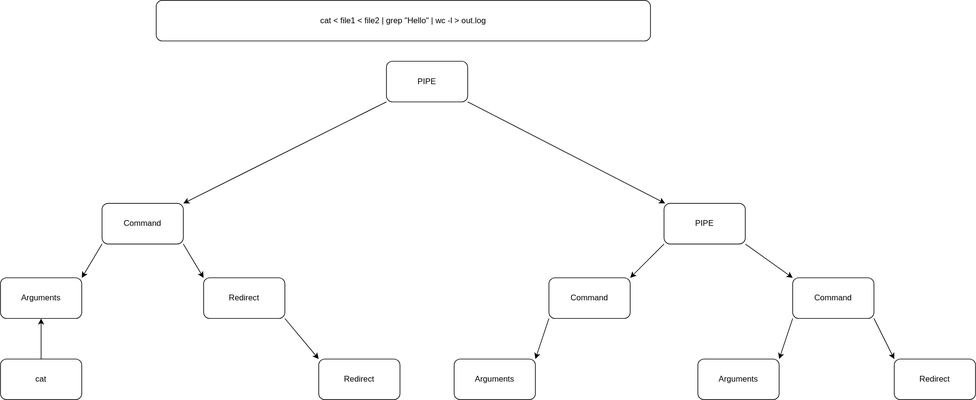
Above: AST.drawio.svg in leonfabi/minishell (draw.io), before the change. Source tidied: cells renumbered, new cells last; positions are measured from the earlier drawing's top-left corner, leaving out a move shared by most shapes.
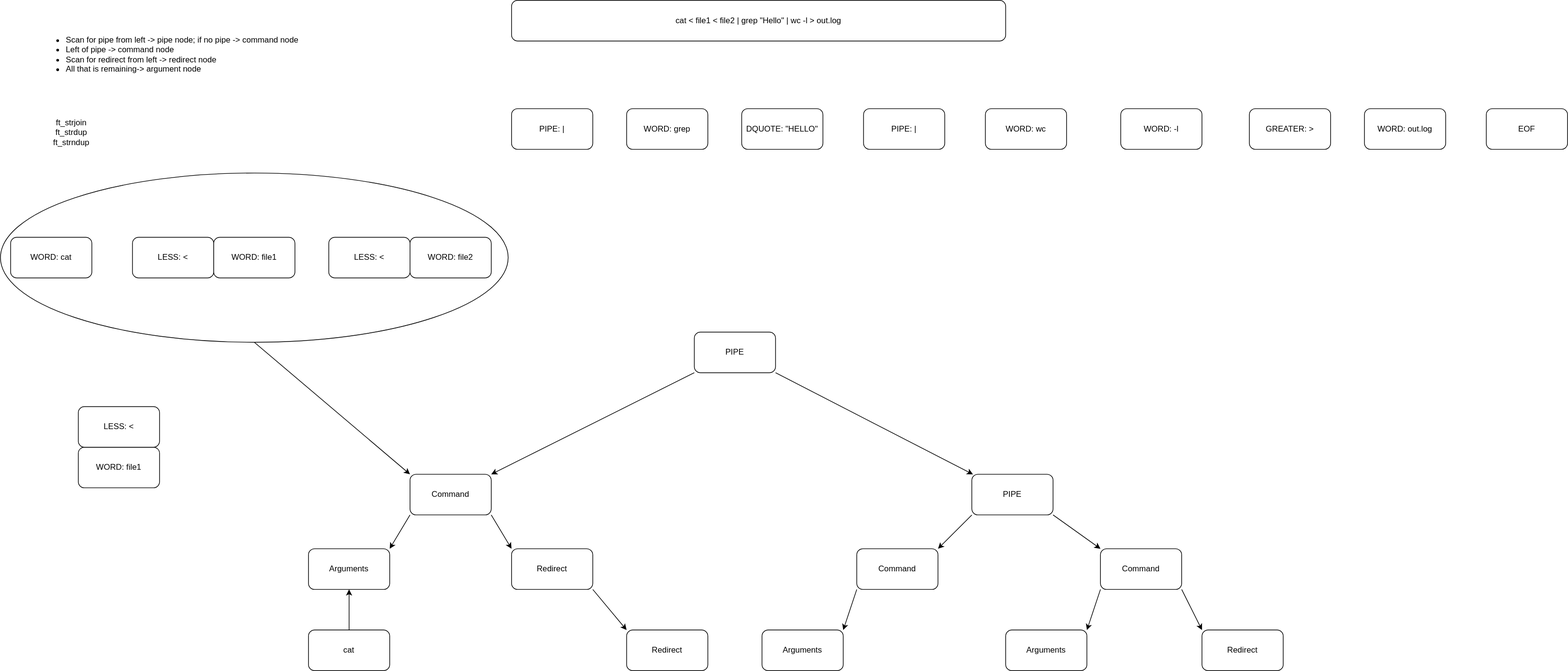
The same file after the commit.

The edit, as a diff of the source:
```diff
@@ -2,6 +2,12 @@
   <root>
     <mxCell id="0" />
     <mxCell id="1" parent="0" />
+    <mxCell id="26" style="edgeStyle=none;html=1;exitX=0.5;exitY=1;exitDx=0;exitDy=0;entryX=0;entryY=0;entryDx=0;entryDy=0;" parent="1" edge="1" source="27" target="11">
+      <mxGeometry relative="1" as="geometry" />
+    </mxCell>
+    <mxCell id="27" style="ellipse;whiteSpace=wrap;html=1;" parent="1" vertex="1">
+      <mxGeometry x="-455" y="-145" width="750" height="250" as="geometry" />
+    </mxCell>
     <mxCell id="2" style="edgeStyle=none;html=1;exitX=0;exitY=1;exitDx=0;exitDy=0;entryX=1;entryY=0;entryDx=0;entryDy=0;" parent="1" edge="1" source="4" target="11">
       <mxGeometry relative="1" as="geometry" />
     </mxCell>
@@ -21,7 +27,7 @@
       <mxGeometry x="980" y="300" width="120" height="60" as="geometry" />
     </mxCell>
     <mxCell id="8" value="cat &amp;lt; file1 &amp;lt; file2 | grep &quot;Hello&quot; | wc -l &amp;gt; out.log" style="rounded=1;whiteSpace=wrap;html=1;" parent="1" vertex="1">
-      <mxGeometry x="230" width="730" height="60" as="geometry" />
+      <mxGeometry x="300" y="-400" width="730" height="60" as="geometry" />
     </mxCell>
     <mxCell id="9" style="edgeStyle=none;html=1;exitX=1;exitY=1;exitDx=0;exitDy=0;entryX=0;entryY=0;entryDx=0;entryDy=0;" parent="1" edge="1" source="11" target="13">
       <mxGeometry relative="1" as="geometry" />
@@ -74,5 +80,59 @@
     <mxCell id="25" value="cat" style="rounded=1;whiteSpace=wrap;html=1;" parent="1" vertex="1">
       <mxGeometry y="530" width="120" height="60" as="geometry" />
     </mxCell>
+    <mxCell id="28" value="LESS: &amp;lt;" style="rounded=1;whiteSpace=wrap;html=1;" parent="1" vertex="1">
+      <mxGeometry x="-260" y="-50" width="120" height="60" as="geometry" />
+    </mxCell>
+    <mxCell id="29" value="WORD: file1" style="rounded=1;whiteSpace=wrap;html=1;" parent="1" vertex="1">
+      <mxGeometry x="-340" y="260" width="120" height="60" as="geometry" />
+    </mxCell>
+    <mxCell id="30" value="WORD: out.log" style="rounded=1;whiteSpace=wrap;html=1;" parent="1" vertex="1">
+      <mxGeometry x="1560" y="-240" width="120" height="60" as="geometry" />
+    </mxCell>
+    <mxCell id="31" value="WORD: grep" style="rounded=1;whiteSpace=wrap;html=1;" parent="1" vertex="1">
+      <mxGeometry x="470" y="-240" width="120" height="60" as="geometry" />
+    </mxCell>
+    <mxCell id="32" value="LESS: &amp;lt;" style="rounded=1;whiteSpace=wrap;html=1;" parent="1" vertex="1">
+      <mxGeometry x="30" y="-50" width="120" height="60" as="geometry" />
+    </mxCell>
+    <mxCell id="33" value="WORD: cat" style="rounded=1;whiteSpace=wrap;html=1;" parent="1" vertex="1">
+      <mxGeometry x="-440" y="-50" width="120" height="60" as="geometry" />
+    </mxCell>
+    <mxCell id="34" value="GREATER: &amp;gt;" style="rounded=1;whiteSpace=wrap;html=1;" parent="1" vertex="1">
+      <mxGeometry x="1390" y="-240" width="120" height="60" as="geometry" />
+    </mxCell>
+    <mxCell id="35" value="WORD: -l" style="rounded=1;whiteSpace=wrap;html=1;" parent="1" vertex="1">
+      <mxGeometry x="1200" y="-240" width="120" height="60" as="geometry" />
+    </mxCell>
+    <mxCell id="36" value="WORD: wc" style="rounded=1;whiteSpace=wrap;html=1;" parent="1" vertex="1">
+      <mxGeometry x="1000" y="-240" width="120" height="60" as="geometry" />
+    </mxCell>
+    <mxCell id="37" value="PIPE: |" style="rounded=1;whiteSpace=wrap;html=1;" parent="1" vertex="1">
+      <mxGeometry x="820" y="-240" width="120" height="60" as="geometry" />
+    </mxCell>
+    <mxCell id="38" value="DQUOTE: &quot;HELLO&quot;" style="rounded=1;whiteSpace=wrap;html=1;" parent="1" vertex="1">
+      <mxGeometry x="640" y="-240" width="120" height="60" as="geometry" />
+    </mxCell>
+    <mxCell id="39" value="PIPE: |" style="rounded=1;whiteSpace=wrap;html=1;" parent="1" vertex="1">
+      <mxGeometry x="300" y="-240" width="120" height="60" as="geometry" />
+    </mxCell>
+    <mxCell id="40" value="WORD: file2" style="rounded=1;whiteSpace=wrap;html=1;" parent="1" vertex="1">
+      <mxGeometry x="150" y="-50" width="120" height="60" as="geometry" />
+    </mxCell>
+    <mxCell id="41" value="EOF" style="rounded=1;whiteSpace=wrap;html=1;" parent="1" vertex="1">
+      <mxGeometry x="1740" y="-240" width="120" height="60" as="geometry" />
+    </mxCell>
+    <mxCell id="42" value="&lt;ul&gt;&lt;li&gt;Scan for pipe from left -&amp;gt; pipe node; if no pipe -&amp;gt; command node&lt;/li&gt;&lt;li&gt;Left of pipe -&amp;gt; command node&lt;/li&gt;&lt;li&gt;Scan for redirect from left -&amp;gt; redirect node&lt;/li&gt;&lt;li&gt;All that is remaining-&amp;gt; argument node&lt;/li&gt;&lt;/ul&gt;" style="text;html=1;strokeColor=none;fillColor=none;align=left;verticalAlign=middle;whiteSpace=wrap;rounded=0;" parent="1" vertex="1">
+      <mxGeometry x="-400" y="-390" width="435" height="140" as="geometry" />
+    </mxCell>
+    <mxCell id="43" value="LESS: &amp;lt;" style="rounded=1;whiteSpace=wrap;html=1;" parent="1" vertex="1">
+      <mxGeometry x="-340" y="200" width="120" height="60" as="geometry" />
+    </mxCell>
+    <mxCell id="44" value="WORD: file1" style="rounded=1;whiteSpace=wrap;html=1;" parent="1" vertex="1">
+      <mxGeometry x="-140" y="-50" width="120" height="60" as="geometry" />
+    </mxCell>
+    <mxCell id="45" value="ft_strjoin&lt;br&gt;ft_strdup&lt;br&gt;ft_strndup" style="text;html=1;strokeColor=none;fillColor=none;align=center;verticalAlign=middle;whiteSpace=wrap;rounded=0;" parent="1" vertex="1">
+      <mxGeometry x="-420" y="-265" width="140" height="120" as="geometry" />
+    </mxCell>
   </root>
 </mxGraphModel>
```
